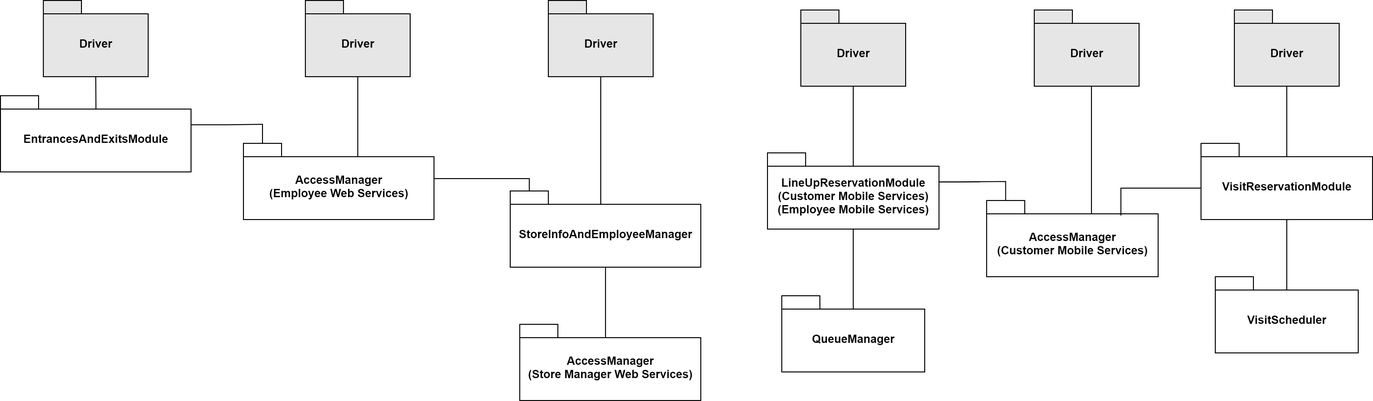
Before: DDworkspace/LaTeXproject/images/int_diagr8.png, a diagram exported from draw.io (marcoDige/CLup). Source tidied: cells renumbered, new cells last; positions are measured from the earlier drawing's top-left corner, leaving out a move shared by most shapes.
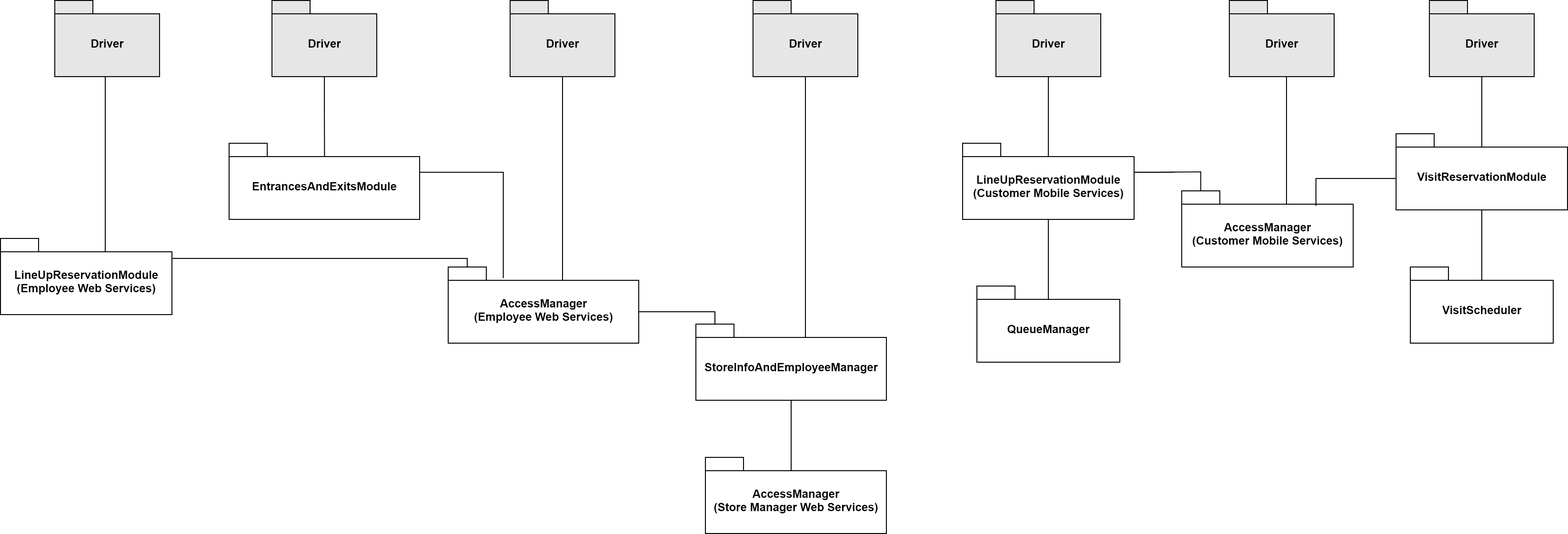
After the commit.

The edit, as a diff of the source:
```diff
@@ -2,65 +2,21 @@
   <root>
     <mxCell id="0" />
     <mxCell id="1" parent="0" />
-    <mxCell id="2" value="Driver" style="shape=folder;fontStyle=1;spacingTop=10;tabWidth=40;tabHeight=14;tabPosition=left;html=1;fillColor=#E6E6E6;" parent="1" vertex="1">
-      <mxGeometry x="575" width="110" height="80" as="geometry" />
-    </mxCell>
-    <mxCell id="3" style="edgeStyle=orthogonalEdgeStyle;rounded=0;jettySize=auto;html=1;entryX=0.5;entryY=1;entryDx=0;entryDy=0;entryPerimeter=0;endArrow=none;endFill=0;exitX=0.461;exitY=0.17;exitDx=0;exitDy=0;exitPerimeter=0;" parent="1" edge="1" source="4" target="6">
-      <mxGeometry relative="1" as="geometry">
-        <Array as="points">
-          <mxPoint x="635" y="364" />
-        </Array>
-      </mxGeometry>
-    </mxCell>
-    <mxCell id="4" value="AccessManager&lt;br&gt;(Store Manager Web Services)" style="shape=folder;fontStyle=1;spacingTop=10;tabWidth=40;tabHeight=14;tabPosition=left;html=1;fillColor=#FFFFFF;" parent="1" vertex="1">
-      <mxGeometry x="545" y="340" width="190" height="80" as="geometry" />
-    </mxCell>
-    <mxCell id="5" style="edgeStyle=orthogonalEdgeStyle;rounded=0;jettySize=auto;html=1;exitX=0;exitY=0;exitDx=120;exitDy=14;exitPerimeter=0;entryX=0.5;entryY=1;entryDx=0;entryDy=0;entryPerimeter=0;endArrow=none;endFill=0;" parent="1" edge="1" source="6" target="2">
-      <mxGeometry relative="1" as="geometry">
-        <Array as="points">
-          <mxPoint x="630" y="214" />
-        </Array>
-      </mxGeometry>
-    </mxCell>
-    <mxCell id="6" value="StoreInfoAndEmployeeManager" style="shape=folder;fontStyle=1;spacingTop=10;tabWidth=40;tabHeight=14;tabPosition=left;html=1;fillColor=#FFFFFF;" parent="1" vertex="1">
-      <mxGeometry x="535" y="200" width="200" height="80" as="geometry" />
-    </mxCell>
-    <mxCell id="7" style="edgeStyle=orthogonalEdgeStyle;rounded=0;jettySize=auto;html=1;exitX=0;exitY=0;exitDx=120;exitDy=14;exitPerimeter=0;entryX=0.5;entryY=1;entryDx=0;entryDy=0;entryPerimeter=0;endArrow=none;endFill=0;" parent="1" edge="1" source="9" target="10">
-      <mxGeometry relative="1" as="geometry">
-        <Array as="points">
-          <mxPoint x="375" y="154" />
-        </Array>
-      </mxGeometry>
-    </mxCell>
-    <mxCell id="8" style="edgeStyle=orthogonalEdgeStyle;rounded=0;jettySize=auto;html=1;exitX=0;exitY=0;exitDx=200;exitDy=47;exitPerimeter=0;endArrow=none;endFill=0;entryX=0;entryY=0;entryDx=20;entryDy=0;entryPerimeter=0;" parent="1" edge="1" source="9" target="6">
-      <mxGeometry relative="1" as="geometry">
-        <Array as="points">
-          <mxPoint x="555" y="187" />
-        </Array>
-      </mxGeometry>
-    </mxCell>
-    <mxCell id="9" value="AccessManager&lt;br&gt;(Employee Web Services)" style="shape=folder;fontStyle=1;spacingTop=10;tabWidth=40;tabHeight=14;tabPosition=left;html=1;fillColor=#FFFFFF;" parent="1" vertex="1">
-      <mxGeometry x="255" y="150" width="200" height="80" as="geometry" />
-    </mxCell>
-    <mxCell id="10" value="Driver" style="shape=folder;fontStyle=1;spacingTop=10;tabWidth=40;tabHeight=14;tabPosition=left;html=1;fillColor=#E6E6E6;" parent="1" vertex="1">
-      <mxGeometry x="320" width="110" height="80" as="geometry" />
-    </mxCell>
     <mxCell id="11" style="edgeStyle=orthogonalEdgeStyle;rounded=0;jettySize=auto;html=1;exitX=0.5;exitY=1;exitDx=0;exitDy=0;exitPerimeter=0;entryX=0.501;entryY=0.17;entryDx=0;entryDy=0;entryPerimeter=0;endArrow=none;endFill=0;" parent="1" edge="1" source="12" target="14">
       <mxGeometry relative="1" as="geometry" />
     </mxCell>
     <mxCell id="12" value="Driver" style="shape=folder;fontStyle=1;spacingTop=10;tabWidth=40;tabHeight=14;tabPosition=left;html=1;fillColor=#E6E6E6;" parent="1" vertex="1">
-      <mxGeometry x="45" width="110" height="80" as="geometry" />
+      <mxGeometry x="80" y="10" width="110" height="80" as="geometry" />
     </mxCell>
-    <mxCell id="13" style="edgeStyle=orthogonalEdgeStyle;rounded=0;jettySize=auto;html=1;exitX=0;exitY=0;exitDx=200;exitDy=30.5;exitPerimeter=0;entryX=0;entryY=0;entryDx=20;entryDy=0;entryPerimeter=0;endArrow=none;endFill=0;" parent="1" edge="1" source="14" target="9">
+    <mxCell id="13" style="edgeStyle=orthogonalEdgeStyle;rounded=0;jettySize=auto;html=1;exitX=0;exitY=0;exitDx=200;exitDy=30.5;exitPerimeter=0;entryX=0.289;entryY=0.146;entryDx=0;entryDy=0;entryPerimeter=0;endArrow=none;endFill=0;" parent="1" edge="1" source="14" target="9">
       <mxGeometry relative="1" as="geometry">
         <Array as="points">
-          <mxPoint x="238" y="131" />
-          <mxPoint x="295" y="130" />
+          <mxPoint x="323" y="191" />
         </Array>
       </mxGeometry>
     </mxCell>
     <mxCell id="14" value="EntrancesAndExitsModule" style="shape=folder;fontStyle=1;spacingTop=10;tabWidth=40;tabHeight=14;tabPosition=left;html=1;fillColor=#FFFFFF;" parent="1" vertex="1">
-      <mxGeometry y="100" width="200" height="80" as="geometry" />
+      <mxGeometry x="35" y="160" width="200" height="80" as="geometry" />
     </mxCell>
     <mxCell id="15" value="AccessManager&lt;br&gt;(Customer Mobile Services)" style="shape=folder;fontStyle=1;spacingTop=10;tabWidth=40;tabHeight=14;tabPosition=left;html=1;fillColor=#FFFFFF;" parent="1" vertex="1">
       <mxGeometry x="1035" y="210" width="180" height="80" as="geometry" />
@@ -131,8 +87,71 @@
     <mxCell id="28" style="edgeStyle=orthogonalEdgeStyle;rounded=0;jettySize=auto;html=1;exitX=0;exitY=0;exitDx=180;exitDy=30.5;exitPerimeter=0;entryX=0;entryY=0;entryDx=20;entryDy=0;entryPerimeter=0;endArrow=none;endFill=0;" parent="1" edge="1" source="29" target="15">
       <mxGeometry relative="1" as="geometry" />
     </mxCell>
-    <mxCell id="29" value="LineUpReservationModule&lt;br&gt;(Customer Mobile Services)&lt;br&gt;(Employee Mobile Services)" style="shape=folder;fontStyle=1;spacingTop=10;tabWidth=40;tabHeight=14;tabPosition=left;html=1;fillColor=#FFFFFF;" parent="1" vertex="1">
+    <mxCell id="29" value="LineUpReservationModule&lt;br&gt;(Customer Mobile Services)" style="shape=folder;fontStyle=1;spacingTop=10;tabWidth=40;tabHeight=14;tabPosition=left;html=1;fillColor=#FFFFFF;" parent="1" vertex="1">
       <mxGeometry x="805" y="160" width="180" height="80" as="geometry" />
     </mxCell>
+    <mxCell id="30" value="Driver" style="shape=folder;fontStyle=1;spacingTop=10;tabWidth=40;tabHeight=14;tabPosition=left;html=1;fillColor=#E6E6E6;" parent="1" vertex="1">
+      <mxGeometry x="585" y="10" width="110" height="80" as="geometry" />
+    </mxCell>
+    <mxCell id="3" style="edgeStyle=orthogonalEdgeStyle;rounded=0;jettySize=auto;html=1;entryX=0.5;entryY=1;entryDx=0;entryDy=0;entryPerimeter=0;endArrow=none;endFill=0;exitX=0.461;exitY=0.17;exitDx=0;exitDy=0;exitPerimeter=0;" parent="1" edge="1" source="4" target="6">
+      <mxGeometry relative="1" as="geometry">
+        <Array as="points">
+          <mxPoint x="625" y="514" />
+        </Array>
+      </mxGeometry>
+    </mxCell>
+    <mxCell id="4" value="AccessManager&lt;br&gt;(Store Manager Web Services)" style="shape=folder;fontStyle=1;spacingTop=10;tabWidth=40;tabHeight=14;tabPosition=left;html=1;fillColor=#FFFFFF;" parent="1" vertex="1">
+      <mxGeometry x="535" y="490" width="190" height="80" as="geometry" />
+    </mxCell>
+    <mxCell id="31" style="edgeStyle=orthogonalEdgeStyle;rounded=0;jettySize=auto;html=1;exitX=0;exitY=0;exitDx=120;exitDy=14;exitPerimeter=0;entryX=0.5;entryY=1;entryDx=0;entryDy=0;entryPerimeter=0;endArrow=none;endFill=0;" parent="1" edge="1" source="6" target="30">
+      <mxGeometry relative="1" as="geometry">
+        <Array as="points">
+          <mxPoint x="640" y="364" />
+        </Array>
+      </mxGeometry>
+    </mxCell>
+    <mxCell id="6" value="StoreInfoAndEmployeeManager" style="shape=folder;fontStyle=1;spacingTop=10;tabWidth=40;tabHeight=14;tabPosition=left;html=1;fillColor=#FFFFFF;" parent="1" vertex="1">
+      <mxGeometry x="525" y="350" width="200" height="80" as="geometry" />
+    </mxCell>
+    <mxCell id="32" style="edgeStyle=orthogonalEdgeStyle;rounded=0;jettySize=auto;html=1;exitX=0;exitY=0;exitDx=120;exitDy=14;exitPerimeter=0;entryX=0.5;entryY=1;entryDx=0;entryDy=0;entryPerimeter=0;endArrow=none;endFill=0;" parent="1" edge="1" source="9" target="33">
+      <mxGeometry relative="1" as="geometry">
+        <Array as="points">
+          <mxPoint x="385" y="164" />
+        </Array>
+      </mxGeometry>
+    </mxCell>
+    <mxCell id="8" style="edgeStyle=orthogonalEdgeStyle;rounded=0;jettySize=auto;html=1;exitX=0;exitY=0;exitDx=200;exitDy=47;exitPerimeter=0;endArrow=none;endFill=0;entryX=0;entryY=0;entryDx=20;entryDy=0;entryPerimeter=0;" parent="1" edge="1" source="9" target="6">
+      <mxGeometry relative="1" as="geometry">
+        <Array as="points">
+          <mxPoint x="545" y="337" />
+        </Array>
+      </mxGeometry>
+    </mxCell>
+    <mxCell id="9" value="AccessManager&lt;br&gt;(Employee Web Services)" style="shape=folder;fontStyle=1;spacingTop=10;tabWidth=40;tabHeight=14;tabPosition=left;html=1;fillColor=#FFFFFF;" parent="1" vertex="1">
+      <mxGeometry x="265" y="290" width="200" height="80" as="geometry" />
+    </mxCell>
+    <mxCell id="33" value="Driver" style="shape=folder;fontStyle=1;spacingTop=10;tabWidth=40;tabHeight=14;tabPosition=left;html=1;fillColor=#E6E6E6;" parent="1" vertex="1">
+      <mxGeometry x="330" y="10" width="110" height="80" as="geometry" />
+    </mxCell>
+    <mxCell id="34" style="edgeStyle=orthogonalEdgeStyle;rounded=0;jettySize=auto;html=1;exitX=0;exitY=0;exitDx=180;exitDy=30.5;exitPerimeter=0;entryX=0;entryY=0;entryDx=20;entryDy=0;entryPerimeter=0;endArrow=none;endFill=0;" parent="1" edge="1" source="35" target="9">
+      <mxGeometry relative="1" as="geometry">
+        <Array as="points">
+          <mxPoint x="285" y="281" />
+        </Array>
+      </mxGeometry>
+    </mxCell>
+    <mxCell id="35" value="LineUpReservationModule&lt;br&gt;(Employee Web Services)" style="shape=folder;fontStyle=1;spacingTop=10;tabWidth=40;tabHeight=14;tabPosition=left;html=1;fillColor=#FFFFFF;" parent="1" vertex="1">
+      <mxGeometry x="-205" y="260" width="180" height="80" as="geometry" />
+    </mxCell>
+    <mxCell id="36" style="edgeStyle=orthogonalEdgeStyle;rounded=0;jettySize=auto;html=1;exitX=0.5;exitY=1;exitDx=0;exitDy=0;exitPerimeter=0;entryX=0;entryY=0;entryDx=110;entryDy=14;entryPerimeter=0;endArrow=none;endFill=0;" parent="1" edge="1" source="37" target="35">
+      <mxGeometry relative="1" as="geometry">
+        <Array as="points">
+          <mxPoint x="-95" y="90" />
+        </Array>
+      </mxGeometry>
+    </mxCell>
+    <mxCell id="37" value="Driver" style="shape=folder;fontStyle=1;spacingTop=10;tabWidth=40;tabHeight=14;tabPosition=left;html=1;fillColor=#E6E6E6;" parent="1" vertex="1">
+      <mxGeometry x="-148" y="10" width="110" height="80" as="geometry" />
+    </mxCell>
   </root>
 </mxGraphModel>
```
